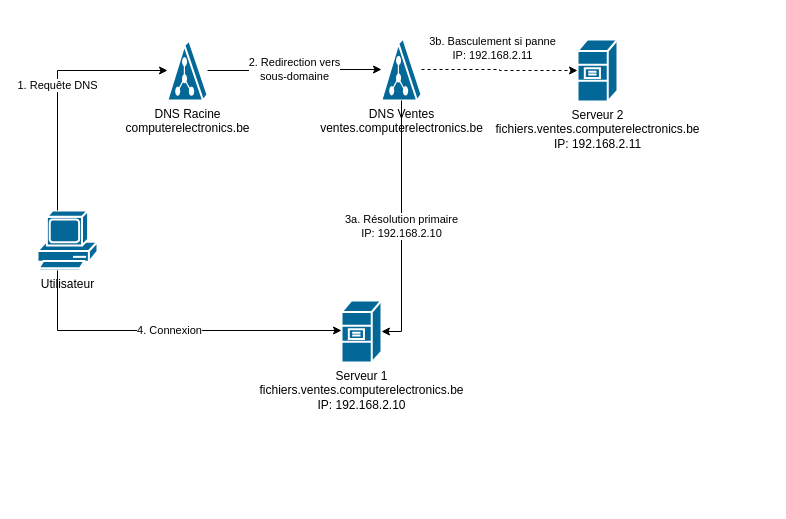
This is diagrams/dns_resolution_fileserver.drawio from choquitofrito/ActiveDirectory, a draw.io file, before an edit. Source tidied: cells renumbered, new cells numbered last; positions are measured from the earlier drawing's top-left corner, leaving out a move shared by most shapes. Both pictures are drawn from the tidied source at 100%, with x=0, y=0 at pixel (37, 38).
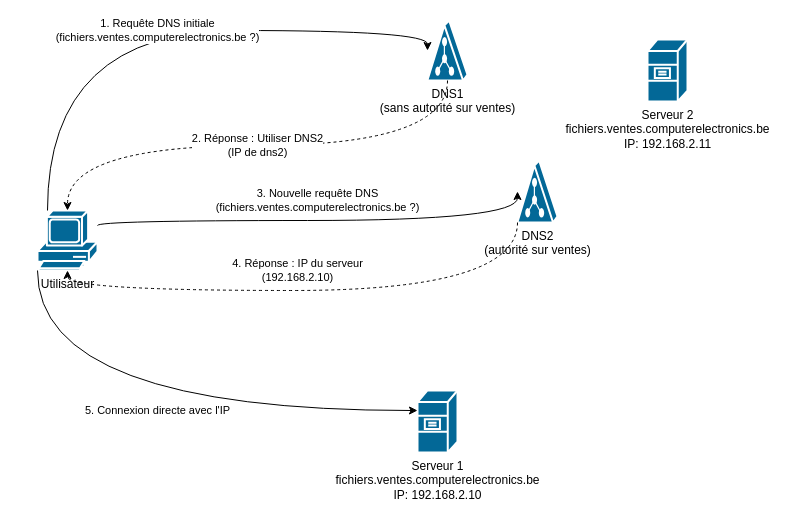
The same diagram, later.

Diff of the diagram source:
```diff
@@
 <mxGraphModel>
   <root>
     <mxCell id="0" />
     <mxCell id="1" parent="0" />
     <mxCell id="2" value="Utilisateur" style="shape=mxgraph.cisco.computers_and_peripherals.pc;html=1;dashed=0;fillColor=#036897;strokeColor=#ffffff;strokeWidth=2;verticalLabelPosition=bottom;verticalAlign=top;align=center;outlineConnect=0;" parent="1" vertex="1">
       <mxGeometry y="172" width="60" height="60" as="geometry" />
     </mxCell>
-    <mxCell id="3" value="DNS Racine&#10;computerelectronics.be" style="shape=mxgraph.cisco.servers.directory_server;html=1;dashed=0;fillColor=#036897;strokeColor=#ffffff;strokeWidth=2;verticalLabelPosition=bottom;verticalAlign=top;align=center;outlineConnect=0;" parent="1" vertex="1">
-      <mxGeometry x="130" y="2" width="40" height="60" as="geometry" />
-    </mxCell>
-    <mxCell id="4" value="DNS Ventes&#10;ventes.computerelectronics.be" style="shape=mxgraph.cisco.servers.directory_server;html=1;dashed=0;fillColor=#036897;strokeColor=#ffffff;strokeWidth=2;verticalLabelPosition=bottom;verticalAlign=top;align=center;outlineConnect=0;" parent="1" vertex="1">
-      <mxGeometry x="344" width="40" height="62" as="geometry" />
-    </mxCell>
+    <mxCell id="12" value="DNS1&#10;(sans autorité sur ventes)" style="shape=mxgraph.cisco.servers.directory_server;html=1;dashed=0;fillColor=#036897;strokeColor=#ffffff;strokeWidth=2;verticalLabelPosition=bottom;verticalAlign=top;align=center;outlineConnect=0;" parent="1" vertex="1">
+      <mxGeometry x="390" y="-18" width="40" height="60" as="geometry" />
+    </mxCell>
+    <mxCell id="13" value="DNS2&#10;(autorité sur ventes)" style="shape=mxgraph.cisco.servers.directory_server;html=1;dashed=0;fillColor=#036897;strokeColor=#ffffff;strokeWidth=2;verticalLabelPosition=bottom;verticalAlign=top;align=center;outlineConnect=0;" parent="1" vertex="1">
+      <mxGeometry x="480" y="122" width="40" height="62" as="geometry" />
+    </mxCell>
     <mxCell id="5" value="Serveur 1&#10;fichiers.ventes.computerelectronics.be&#10;IP: 192.168.2.10" style="shape=mxgraph.cisco.servers.file_server;html=1;dashed=0;fillColor=#036897;strokeColor=#ffffff;strokeWidth=2;verticalLabelPosition=bottom;verticalAlign=top;align=center;outlineConnect=0;" parent="1" vertex="1">
-      <mxGeometry x="304" y="262" width="40" height="62" as="geometry" />
+      <mxGeometry x="380" y="352" width="40" height="62" as="geometry" />
     </mxCell>
     <mxCell id="6" value="Serveur 2&#10;fichiers.ventes.computerelectronics.be&#10;IP: 192.168.2.11" style="shape=mxgraph.cisco.servers.file_server;html=1;dashed=0;fillColor=#036897;strokeColor=#ffffff;strokeWidth=2;verticalLabelPosition=bottom;verticalAlign=top;align=center;outlineConnect=0;" parent="1" vertex="1">
-      <mxGeometry x="540" y="1" width="40" height="62" as="geometry" />
+      <mxGeometry x="610" y="1" width="40" height="62" as="geometry" />
     </mxCell>
-    <mxCell id="7" value="1. Requête DNS" style="edgeStyle=orthogonalEdgeStyle;rounded=0;jettySize=auto;html=1;entryX=0;entryY=0.5;" parent="1" edge="1" source="2" target="3">
+    <mxCell id="7" value="1. Requête DNS initiale&#10;(fichiers.ventes.computerelectronics.be ?)" style="edgeStyle=orthogonalEdgeStyle;rounded=0;jettySize=auto;html=1;entryX=0;entryY=0.5;curved=1;" parent="1" edge="1" source="2" target="12">
       <mxGeometry relative="1" as="geometry">
         <Array as="points">
-          <mxPoint x="20" y="32" />
+          <mxPoint x="10" y="-8" />
         </Array>
       </mxGeometry>
     </mxCell>
+    <mxCell id="14" value="2. Réponse : Utiliser DNS2&#10;(IP de dns2)" style="edgeStyle=orthogonalEdgeStyle;rounded=0;jettySize=auto;html=1;exitX=0.5;exitY=1;dashed=1;curved=1;" parent="1" edge="1" source="12" target="2">
+      <mxGeometry relative="1" as="geometry" />
+    </mxCell>
-    <mxCell id="8" value="2. Redirection vers&#10;sous-domaine" style="edgeStyle=orthogonalEdgeStyle;rounded=0;jettySize=auto;html=1;exitX=1;exitY=0.5;entryX=0;entryY=0.5;" parent="1" edge="1" source="3" target="4">
-      <mxGeometry relative="1" as="geometry" />
+    <mxCell id="8" value="3. Nouvelle requête DNS&#10;(fichiers.ventes.computerelectronics.be ?)" style="edgeStyle=orthogonalEdgeStyle;rounded=0;jettySize=auto;html=1;exitX=1;exitY=0.25;curved=1;entryX=0;entryY=0.5;" parent="1" edge="1" source="2" target="13">
+      <mxGeometry x="-0.01" y="20" relative="1" as="geometry">
+        <Array as="points">
+          <mxPoint x="60" y="182" />
+          <mxPoint x="480" y="182" />
+        </Array>
+      </mxGeometry>
     </mxCell>
-    <mxCell id="9" value="3a. Résolution primaire&#10;IP: 192.168.2.10" style="edgeStyle=orthogonalEdgeStyle;rounded=0;jettySize=auto;html=1;entryX=1;entryY=0.5;entryDx=0;entryDy=0;entryPerimeter=0;" parent="1" edge="1" source="4" target="5">
-      <mxGeometry relative="1" as="geometry" />
-    </mxCell>
-    <mxCell id="10" value="3b. Basculement si panne&#10;IP: 192.168.2.11" style="edgeStyle=orthogonalEdgeStyle;rounded=0;jettySize=auto;html=1;entryX=0;entryY=0.5;dashed=1;" parent="1" edge="1" source="4" target="6">
-      <mxGeometry x="-0.09" y="21" relative="1" as="geometry" />
-    </mxCell>
+    <mxCell id="15" value="4. Réponse : IP du serveur&#10;(192.168.2.10)" style="edgeStyle=orthogonalEdgeStyle;rounded=0;jettySize=auto;html=1;exitX=0;exitY=1;dashed=1;curved=1;" parent="1" edge="1" source="13" target="2">
+      <mxGeometry x="0.07" y="-20" relative="1" as="geometry">
+        <Array as="points">
+          <mxPoint x="480" y="252" />
+          <mxPoint x="30" y="252" />
+        </Array>
+      </mxGeometry>
+    </mxCell>
-    <mxCell id="11" value="4. Connexion" style="edgeStyle=orthogonalEdgeStyle;rounded=0;jettySize=auto;html=1;" parent="1" edge="1" source="2" target="5">
+    <mxCell id="11" value="5. Connexion directe avec l'IP" style="edgeStyle=orthogonalEdgeStyle;rounded=0;jettySize=auto;html=1;curved=1;" parent="1" edge="1" source="2" target="5">
       <mxGeometry relative="1" as="geometry">
         <Array as="points">
-          <mxPoint x="20" y="292" />
-          <mxPoint x="310" y="292" />
+          <mxPoint y="372" />
         </Array>
       </mxGeometry>
     </mxCell>
   </root>
 </mxGraphModel>
```
